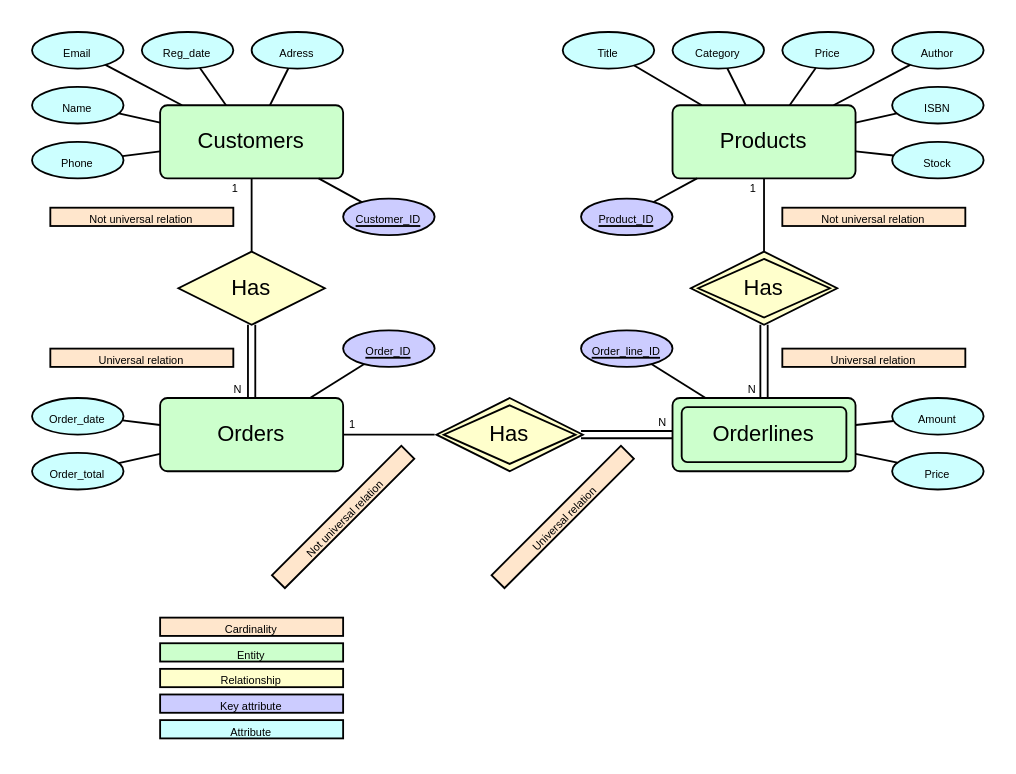
This is Relationsmodel.drawio from MagRos715/inlamnning_1, a draw.io file, before an edit. Source tidied: cells renumbered, new cells numbered last; positions are measured from the earlier drawing's top-left corner, leaving out a move shared by most shapes. Both pictures are drawn from the tidied source at 183%, with x=0, y=0 at pixel (31, 31).
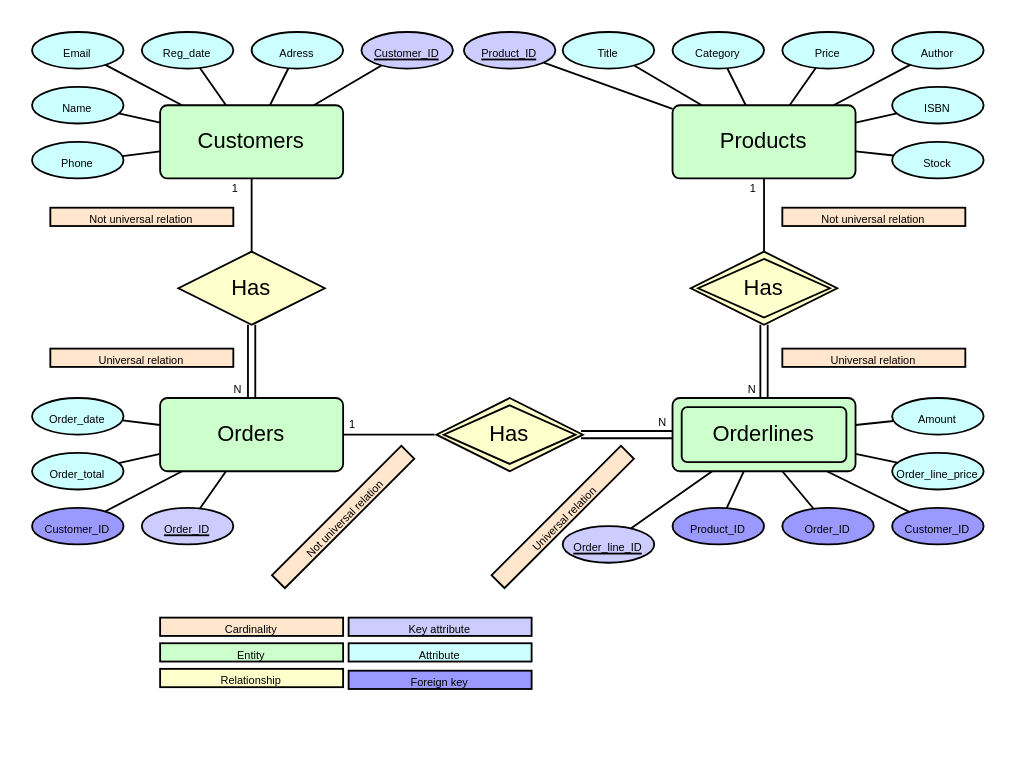
After the change.

The change refers to these unchanged cells:
```xml
<mxCell id="3" value="Orderlines" style="rounded=1;arcSize=10;whiteSpace=wrap;html=1;align=center;fillColor=light-dark(#CCFFCC,var(--ge-dark-color, #121212));" parent="1" vertex="1">
  <mxGeometry x="350" y="200" width="100" height="40" as="geometry" />
</mxCell>
<mxCell id="4" value="Orders" style="rounded=1;arcSize=10;whiteSpace=wrap;html=1;align=center;fillColor=light-dark(#CCFFCC,var(--ge-dark-color, #121212));" parent="1" vertex="1">
  <mxGeometry x="70" y="200" width="100" height="40" as="geometry" />
</mxCell>
```

Change to the diagram source:
```diff
@@
     <mxCell id="29" value="&lt;font style=&quot;font-size: 6px;&quot;&gt;Customer_ID&lt;/font&gt;" style="ellipse;whiteSpace=wrap;html=1;align=center;fontStyle=4;fillColor=light-dark(#CCCCFF,var(--ge-dark-color, #121212));" parent="1" vertex="1">
-      <mxGeometry x="170" y="91" width="50" height="20" as="geometry" />
+      <mxGeometry x="180" width="50" height="20" as="geometry" />
     </mxCell>
@@
     <mxCell id="31" value="&lt;font style=&quot;font-size: 6px;&quot;&gt;Order_line_ID&lt;/font&gt;" style="ellipse;whiteSpace=wrap;html=1;align=center;fontStyle=4;fillColor=light-dark(#CCCCFF,var(--ge-dark-color, #121212));" parent="1" vertex="1">
-      <mxGeometry x="300" y="163" width="50" height="20" as="geometry" />
+      <mxGeometry x="290" y="270" width="50" height="20" as="geometry" />
     </mxCell>
     <mxCell id="32" value="&lt;font style=&quot;font-size: 6px;&quot;&gt;Order_ID&lt;/font&gt;" style="ellipse;whiteSpace=wrap;html=1;align=center;fontStyle=4;fillColor=light-dark(#CCCCFF,var(--ge-dark-color, #121212));" parent="1" vertex="1">
-      <mxGeometry x="170" y="163" width="50" height="20" as="geometry" />
+      <mxGeometry x="60" y="260" width="50" height="20" as="geometry" />
     </mxCell>
     <mxCell id="33" value="&lt;font style=&quot;font-size: 6px;&quot;&gt;Product_ID&lt;/font&gt;" style="ellipse;whiteSpace=wrap;html=1;align=center;fontStyle=4;fillColor=light-dark(#CCCCFF,var(--ge-dark-color, #121212));" parent="1" vertex="1">
-      <mxGeometry x="300" y="91" width="50" height="20" as="geometry" />
+      <mxGeometry x="236" width="50" height="20" as="geometry" />
     </mxCell>
@@
     <mxCell id="47" value="&lt;span style=&quot;font-size: 6px;&quot;&gt;Key attribute&lt;/span&gt;" style="whiteSpace=wrap;html=1;align=center;fillColor=light-dark(#CCCCFF,var(--ge-dark-color, #121212));" parent="1" vertex="1">
-      <mxGeometry x="70" y="362" width="100" height="10" as="geometry" />
+      <mxGeometry x="173" y="320" width="100" height="10" as="geometry" />
     </mxCell>
     <mxCell id="48" value="&lt;font style=&quot;font-size: 6px;&quot;&gt;Attribute&lt;/font&gt;" style="whiteSpace=wrap;html=1;align=center;fillColor=light-dark(#CCFFFF,var(--ge-dark-color, #121212));" parent="1" vertex="1">
-      <mxGeometry x="70" y="376" width="100" height="10" as="geometry" />
+      <mxGeometry x="173" y="334" width="100" height="10" as="geometry" />
     </mxCell>
@@
-    <mxCell id="63" value="&lt;span style=&quot;font-size: 6px;&quot;&gt;Price&lt;/span&gt;" style="ellipse;whiteSpace=wrap;html=1;align=center;fillColor=light-dark(#CCFFFF,var(--ge-dark-color, #121212));" parent="1" vertex="1">
+    <mxCell id="63" value="&lt;span style=&quot;font-size: 6px;&quot;&gt;Order_line_price&lt;/span&gt;" style="ellipse;whiteSpace=wrap;html=1;align=center;fillColor=light-dark(#CCFFFF,var(--ge-dark-color, #121212));" parent="1" vertex="1">
       <mxGeometry x="470" y="230" width="50" height="20" as="geometry" />
     </mxCell>
@@
+    <mxCell id="72" value="&lt;font style=&quot;font-size: 6px;&quot;&gt;Foreign key&lt;/font&gt;" style="whiteSpace=wrap;html=1;align=center;fillColor=light-dark(#9999FF,var(--ge-dark-color, #121212));" parent="1" vertex="1">
+      <mxGeometry x="173" y="349" width="100" height="10" as="geometry" />
+    </mxCell>
+    <mxCell id="73" value="&lt;span style=&quot;font-size: 6px;&quot;&gt;Customer_ID&lt;/span&gt;" style="ellipse;whiteSpace=wrap;html=1;align=center;fillColor=light-dark(#9999FF,var(--ge-dark-color, #121212));" parent="1" vertex="1">
+      <mxGeometry y="260" width="50" height="20" as="geometry" />
+    </mxCell>
+    <mxCell id="74" style="endArrow=none;html=1;rounded=0;" parent="1" edge="1" source="73" target="4">
+      <mxGeometry relative="1" as="geometry" />
+    </mxCell>
+    <mxCell id="75" value="&lt;span style=&quot;font-size: 6px;&quot;&gt;Order_ID&lt;/span&gt;" style="ellipse;whiteSpace=wrap;html=1;align=center;fillColor=light-dark(#9999FF,var(--ge-dark-color, #121212));" parent="1" vertex="1">
+      <mxGeometry x="410" y="260" width="50" height="20" as="geometry" />
+    </mxCell>
+    <mxCell id="76" value="&lt;span style=&quot;font-size: 6px;&quot;&gt;Customer_ID&lt;/span&gt;" style="ellipse;whiteSpace=wrap;html=1;align=center;fillColor=light-dark(#9999FF,var(--ge-dark-color, #121212));" parent="1" vertex="1">
+      <mxGeometry x="470" y="260" width="50" height="20" as="geometry" />
+    </mxCell>
+    <mxCell id="77" style="endArrow=none;html=1;rounded=0;exitX=0.843;exitY=1;exitDx=0;exitDy=0;exitPerimeter=0;" parent="1" edge="1" source="3" target="76">
+      <mxGeometry relative="1" as="geometry" />
+    </mxCell>
+    <mxCell id="78" style="endArrow=none;html=1;rounded=0;" parent="1" edge="1" target="75">
+      <mxGeometry relative="1" as="geometry">
+        <mxPoint x="410" y="240" as="sourcePoint" />
+      </mxGeometry>
+    </mxCell>
+    <mxCell id="79" value="&lt;span style=&quot;font-size: 6px;&quot;&gt;Product_ID&lt;/span&gt;" style="ellipse;whiteSpace=wrap;html=1;align=center;fillColor=light-dark(#9999FF,var(--ge-dark-color, #121212));" parent="1" vertex="1">
+      <mxGeometry x="350" y="260" width="50" height="20" as="geometry" />
+    </mxCell>
+    <mxCell id="80" style="endArrow=none;html=1;rounded=0;exitX=0.39;exitY=1;exitDx=0;exitDy=0;exitPerimeter=0;" parent="1" edge="1" source="3" target="79">
+      <mxGeometry relative="1" as="geometry" />
+    </mxCell>
```
